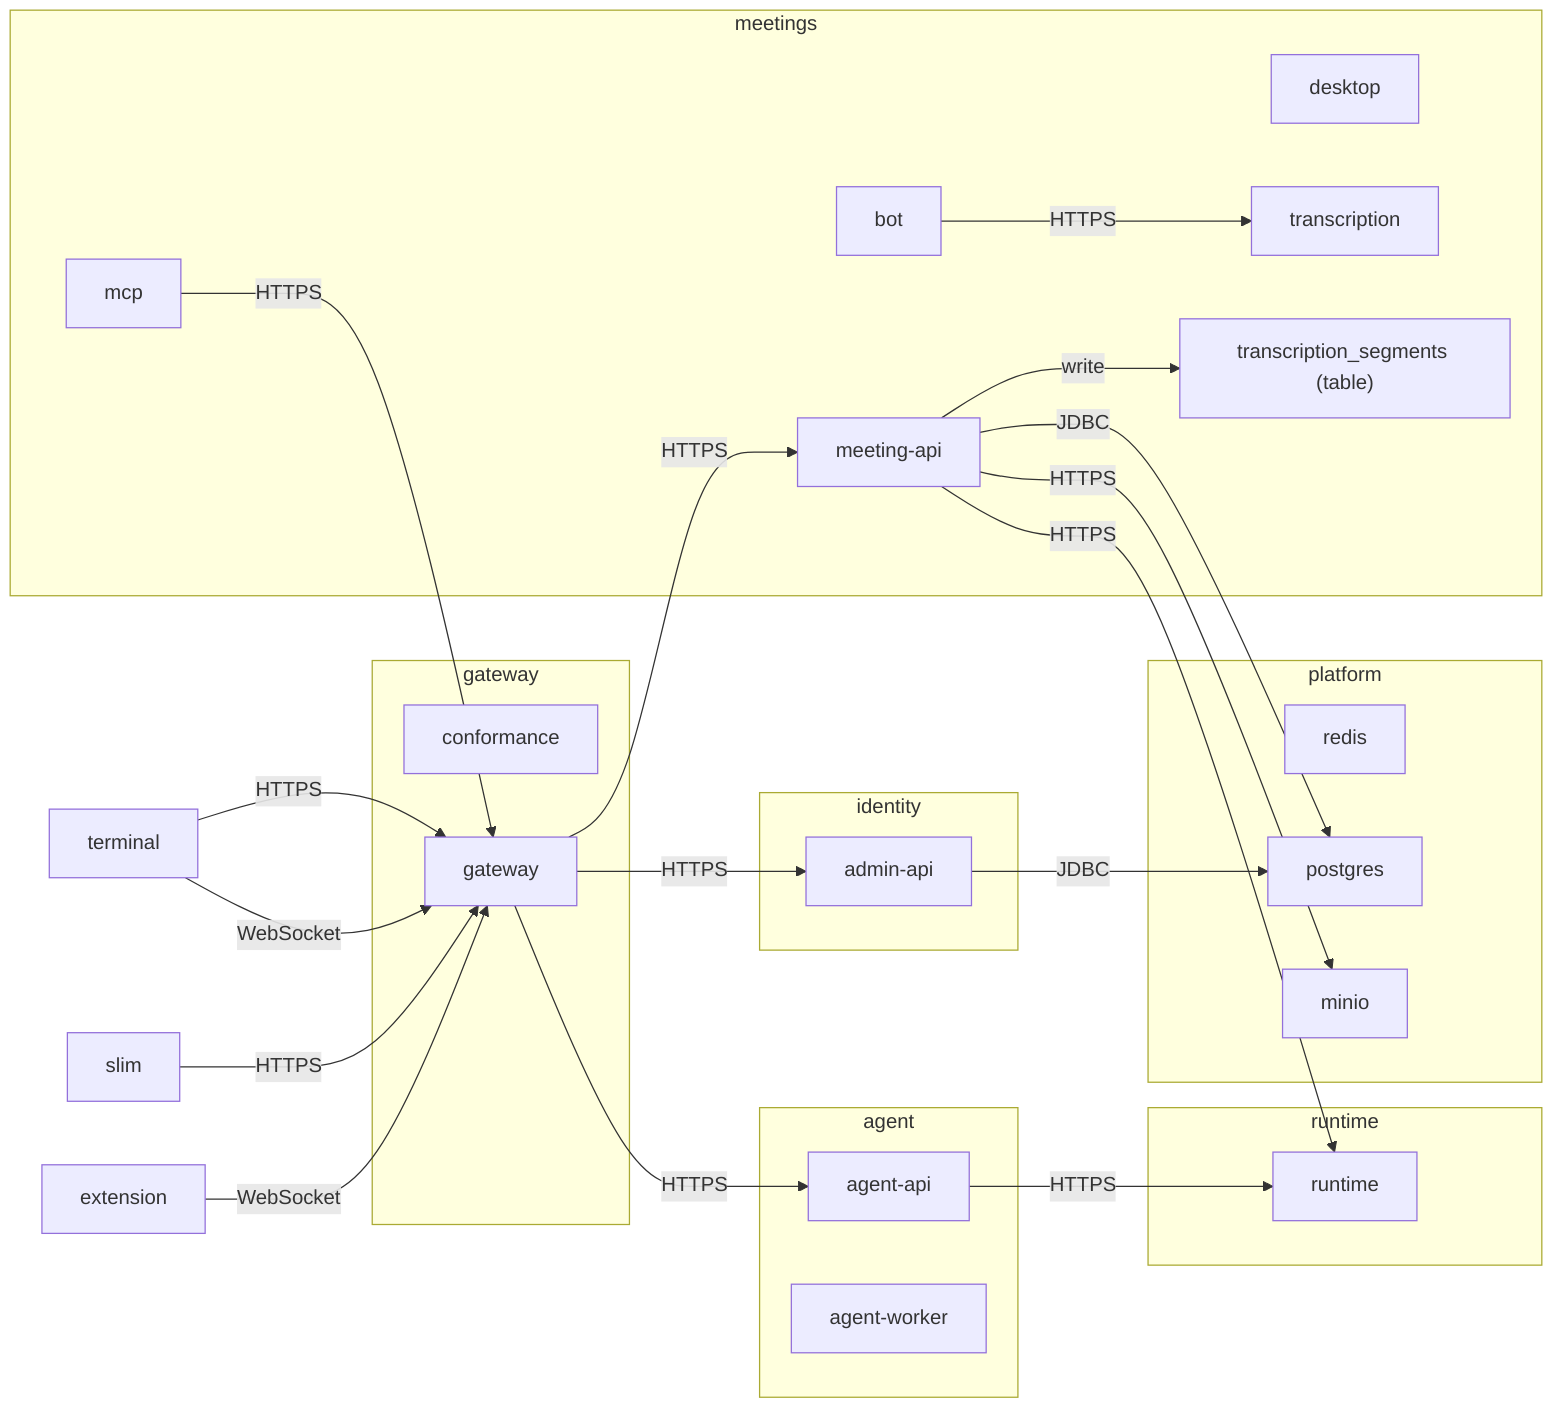
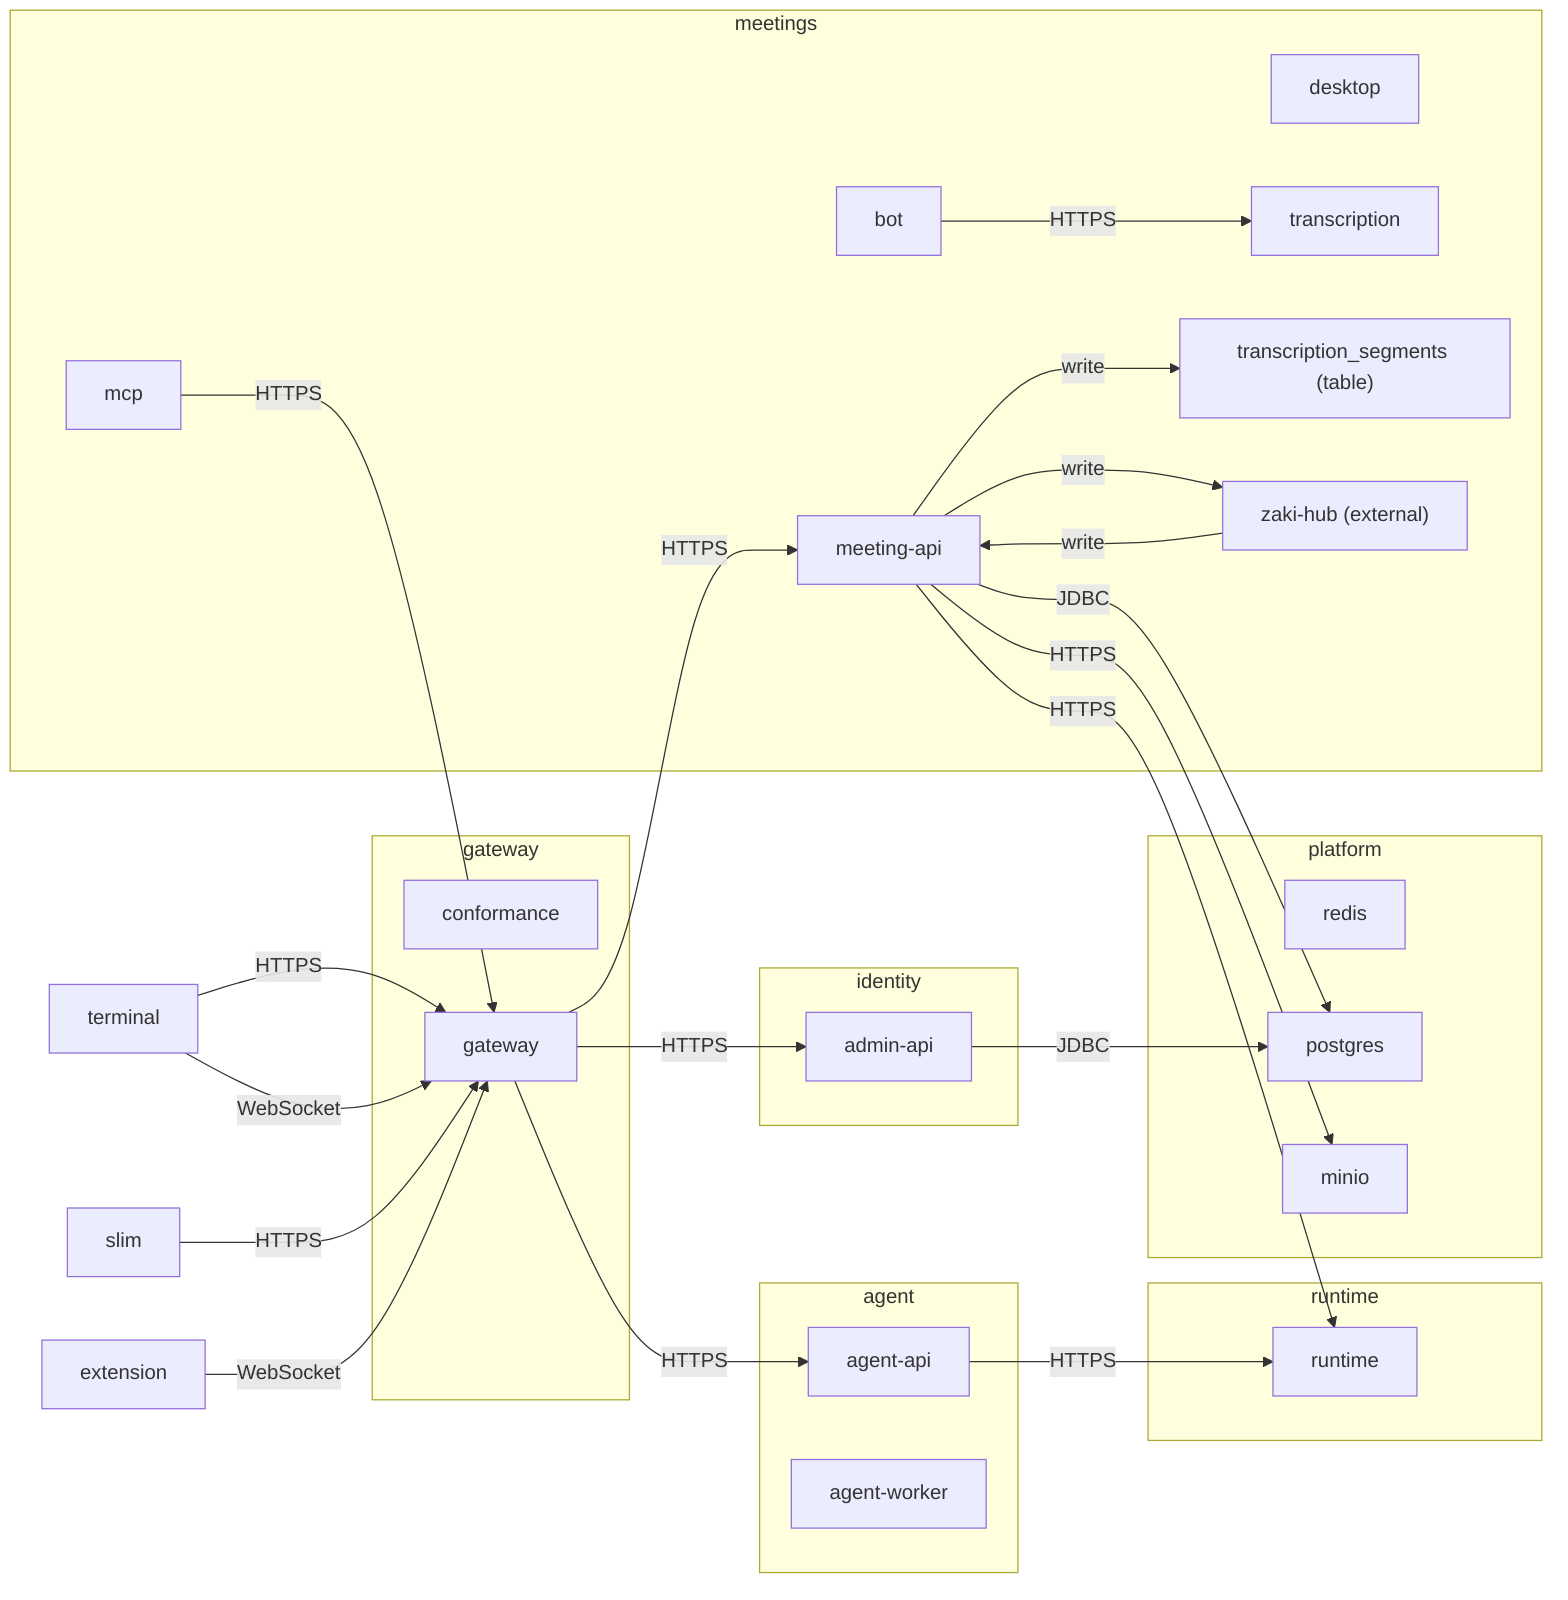
%% GENERATED — pnpm arch:dsl --write
flowchart LR
  subgraph meetings["meetings"]
    bot["bot"]
    desktop["desktop"]
    meeting_api["meeting-api"]
    mcp["mcp"]
    transcription["transcription"]
    segments_table["transcription_segments (table)"]
+     zaki_hub["zaki-hub (external)"]
  end
  subgraph agent["agent"]
    agent_api["agent-api"]
    agent_worker["agent-worker"]
  end
  subgraph gateway_system["gateway"]
    conformance["conformance"]
    gateway["gateway"]
  end
  subgraph identity["identity"]
    admin_api["admin-api"]
  end
  subgraph runtime_system["runtime"]
    runtime["runtime"]
  end
  subgraph platform["platform"]
    redis["redis"]
    postgres["postgres"]
    minio["minio"]
  end
  slim["slim"]
  extension["extension"]
  terminal["terminal"]
  meeting_api -->|"write"| segments_table
  bot -->|"HTTPS"| transcription
  meeting_api -->|"JDBC"| postgres
  meeting_api -->|"HTTPS"| minio
  meeting_api -->|"HTTPS"| runtime
  agent_api -->|"HTTPS"| runtime
  mcp -->|"HTTPS"| gateway
  gateway -->|"HTTPS"| meeting_api
  gateway -->|"HTTPS"| agent_api
  gateway -->|"HTTPS"| admin_api
  admin_api -->|"JDBC"| postgres
  terminal -->|"HTTPS"| gateway
  terminal -->|"WebSocket"| gateway
  slim -->|"HTTPS"| gateway
  extension -->|"WebSocket"| gateway
+   zaki_hub -->|"write"| meeting_api
+   meeting_api -->|"write"| zaki_hub
